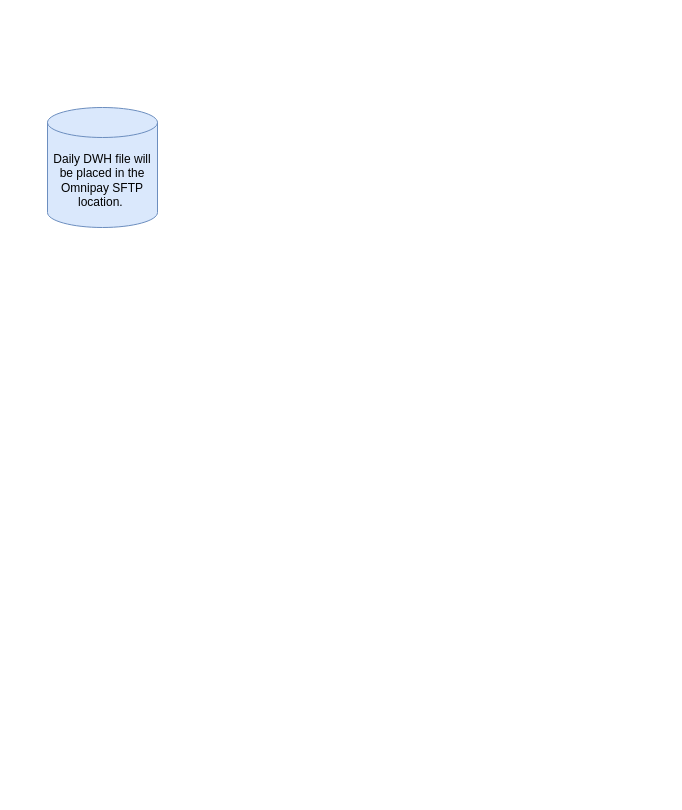
Before: Untitled Diagram.drawio in satham111/test, a draw.io diagram. Source tidied: cells renumbered, new cells numbered last; positions are measured from the earlier drawing's top-left corner, leaving out a move shared by most shapes. Both pictures are drawn from the tidied source at 100%, with x=0, y=0 at pixel (47, 107).
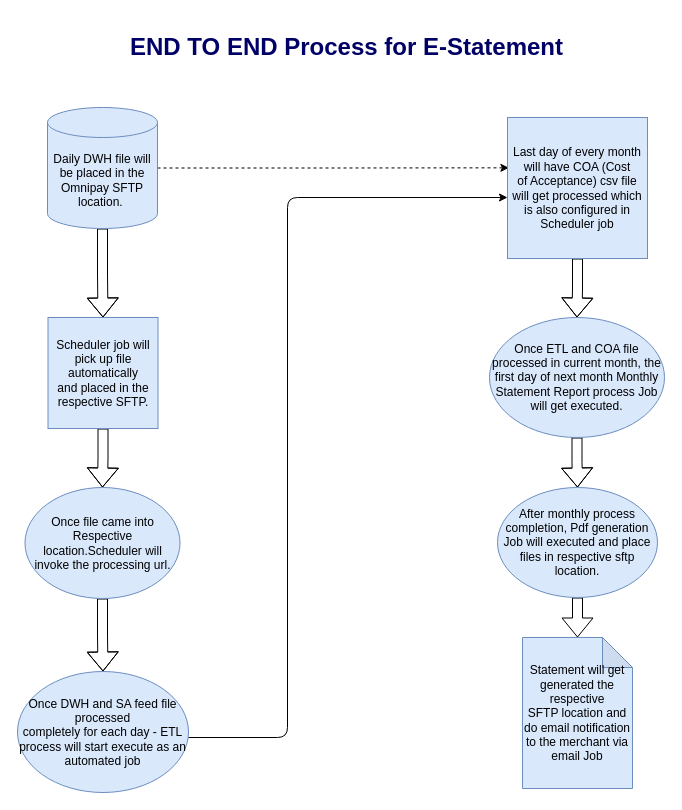
The same page after the edit.

Change to the diagram source:
```diff
@@
-<mxGraphModel>
+<mxGraphModel background="#ffffff">
@@
+    <mxCell id="3" style="edgeStyle=orthogonalEdgeStyle;rounded=0;jettySize=auto;html=1;shape=flexArrow;" parent="1" edge="1" source="2" target="6">
+      <mxGeometry relative="1" as="geometry" />
+    </mxCell>
+    <mxCell id="4" style="edgeStyle=orthogonalEdgeStyle;rounded=1;jettySize=auto;html=1;entryX=0.01;entryY=0.357;entryDx=0;entryDy=0;entryPerimeter=0;dashed=1;" parent="1" edge="1" source="2" target="12">
+      <mxGeometry relative="1" as="geometry" />
+    </mxCell>
     <mxCell id="2" value="&lt;p class=&quot;MsoNormal&quot;&gt;&lt;span lang=&quot;EN-IN&quot;&gt;Daily DWH file will be placed in the&lt;br/&gt;Omnipay SFTP location.&amp;nbsp;&lt;/span&gt;&lt;/p&gt;" style="shape=cylinder3;whiteSpace=wrap;html=1;boundedLbl=1;backgroundOutline=1;size=15;fillColor=#dae8fc;strokeColor=#6c8ebf;" parent="1" vertex="1">
-      <mxGeometry width="110" height="120" as="geometry" />
+      <mxGeometry width="110" height="121" as="geometry" />
     </mxCell>
+    <mxCell id="5" style="edgeStyle=orthogonalEdgeStyle;rounded=0;jettySize=auto;html=1;shape=flexArrow;" parent="1" edge="1" source="6" target="8">
+      <mxGeometry relative="1" as="geometry" />
+    </mxCell>
+    <mxCell id="6" value="&lt;p class=&quot;MsoNormal&quot;&gt;&lt;span lang=&quot;EN-IN&quot;&gt;Scheduler job will pick up file automatically&lt;br&gt;and placed in the respective SFTP.&lt;/span&gt;&lt;/p&gt;" style="whiteSpace=wrap;html=1;fillColor=#dae8fc;strokeColor=#6c8ebf;" parent="1" vertex="1">
+      <mxGeometry x="0.5" y="210" width="110" height="111" as="geometry" />
+    </mxCell>
+    <mxCell id="7" style="edgeStyle=orthogonalEdgeStyle;rounded=0;jettySize=auto;html=1;shape=flexArrow;" parent="1" edge="1" source="8" target="10">
+      <mxGeometry relative="1" as="geometry" />
+    </mxCell>
+    <mxCell id="8" value="Once file came into Respective location.Scheduler will invoke the processing url." style="ellipse;whiteSpace=wrap;html=1;fillColor=#dae8fc;strokeColor=#6c8ebf;" parent="1" vertex="1">
+      <mxGeometry x="-22.5" y="380" width="155" height="111" as="geometry" />
+    </mxCell>
+    <mxCell id="9" style="edgeStyle=orthogonalEdgeStyle;rounded=1;jettySize=auto;html=1;" parent="1" edge="1" source="10" target="12">
+      <mxGeometry relative="1" as="geometry">
+        <Array as="points">
+          <mxPoint x="240" y="630" />
+          <mxPoint x="240" y="90" />
+        </Array>
+      </mxGeometry>
+    </mxCell>
+    <mxCell id="10" value="&lt;p class=&quot;MsoNormal&quot;&gt;&lt;span lang=&quot;EN-IN&quot;&gt;Once DWH and SA feed file processed&lt;br/&gt;completely for each day - ETL process will start execute as an automated job&lt;/span&gt;&lt;/p&gt;" style="ellipse;whiteSpace=wrap;html=1;fillColor=#dae8fc;strokeColor=#6c8ebf;" parent="1" vertex="1">
+      <mxGeometry x="-30" y="564" width="171" height="121" as="geometry" />
+    </mxCell>
+    <mxCell id="11" style="edgeStyle=orthogonalEdgeStyle;rounded=0;jettySize=auto;html=1;shape=flexArrow;" parent="1" edge="1" source="12" target="14">
+      <mxGeometry relative="1" as="geometry" />
+    </mxCell>
+    <mxCell id="12" value="&lt;p class=&quot;MsoNormal&quot;&gt;&lt;span lang=&quot;EN-IN&quot;&gt;Last day of every month will have COA (Cost&lt;br/&gt;of Acceptance) csv file will get processed which is also configured in&lt;br/&gt;Scheduler job&lt;/span&gt;&lt;/p&gt;" style="whiteSpace=wrap;html=1;fillColor=#dae8fc;strokeColor=#6c8ebf;" parent="1" vertex="1">
+      <mxGeometry x="460" y="10" width="140" height="141" as="geometry" />
+    </mxCell>
+    <mxCell id="13" style="edgeStyle=orthogonalEdgeStyle;rounded=0;jettySize=auto;html=1;shape=flexArrow;" parent="1" edge="1" source="14" target="16">
+      <mxGeometry relative="1" as="geometry" />
+    </mxCell>
+    <mxCell id="14" value="&lt;span&gt;Once ETL and COA file processed in current month, the first day of next month Monthly Statement Report process Job will get executed.&lt;/span&gt;" style="ellipse;whiteSpace=wrap;html=1;fillColor=#dae8fc;strokeColor=#6c8ebf;" parent="1" vertex="1">
+      <mxGeometry x="442" y="210" width="175" height="120" as="geometry" />
+    </mxCell>
+    <mxCell id="15" style="edgeStyle=orthogonalEdgeStyle;rounded=0;jettySize=auto;html=1;shape=flexArrow;" parent="1" edge="1" source="16" target="17">
+      <mxGeometry relative="1" as="geometry" />
+    </mxCell>
+    <mxCell id="16" value="&lt;span&gt;After monthly process completion, Pdf generation Job will executed and place files in respective sftp location.&lt;/span&gt;" style="ellipse;whiteSpace=wrap;html=1;fillColor=#dae8fc;strokeColor=#6c8ebf;" parent="1" vertex="1">
+      <mxGeometry x="450" y="380" width="160" height="110" as="geometry" />
+    </mxCell>
+    <mxCell id="17" value="&lt;p class=&quot;MsoNormal&quot;&gt;&lt;span lang=&quot;EN-IN&quot;&gt;Statement will get generated the respective&lt;br&gt;SFTP location and do email notification to the merchant via email Job&lt;/span&gt;&lt;/p&gt;" style="shape=note;whiteSpace=wrap;html=1;backgroundOutline=1;darkOpacity=0.05;fillColor=#dae8fc;strokeColor=#6c8ebf;" parent="1" vertex="1">
+      <mxGeometry x="475" y="530" width="110" height="151" as="geometry" />
+    </mxCell>
+    <mxCell id="18" value="&lt;h1&gt;END TO END Process for E-Statement&lt;/h1&gt;" style="text;html=1;strokeColor=none;fillColor=none;spacing=5;spacingTop=-20;whiteSpace=wrap;overflow=hidden;rounded=0;fontColor=#000066;" parent="1" vertex="1">
+      <mxGeometry x="78" y="-80" width="460" height="120" as="geometry" />
+    </mxCell>
```
